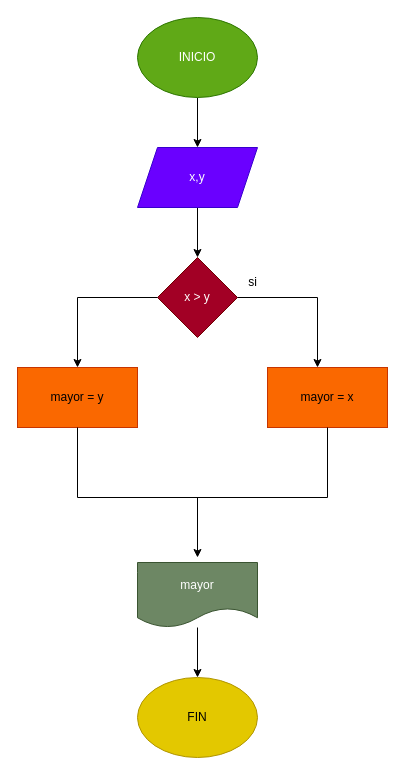
Above: diagrama.drawio in germanaugusto2/mayor_2enteros (draw.io), before the change. Source tidied: cells renumbered, new cells numbered last; positions are measured from the earlier drawing's top-left corner, leaving out a move shared by most shapes. Both pictures are drawn from the tidied source at 100%, with x=0, y=0 at pixel (17, 17).
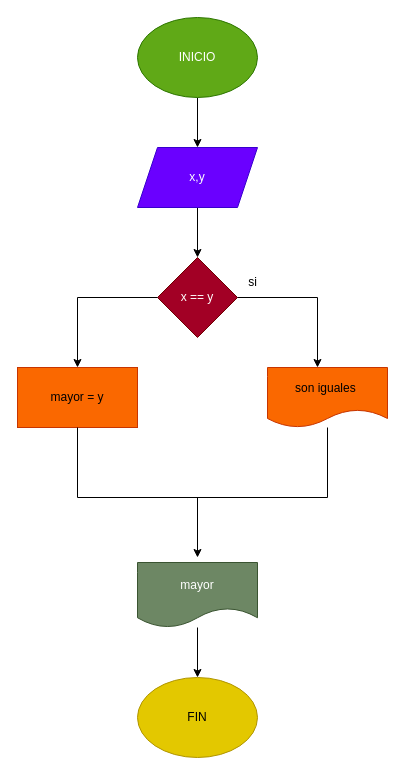
The same page after the edit.

Change to the diagram source:
```diff
@@
-    <mxCell id="6" value="x &amp;gt; y" style="rhombus;whiteSpace=wrap;html=1;fillColor=#a20025;fontColor=#ffffff;strokeColor=#6F0000;" parent="1" vertex="1">
+    <mxCell id="6" value="x == y" style="rhombus;whiteSpace=wrap;html=1;fillColor=#a20025;fontColor=#ffffff;strokeColor=#6F0000;" parent="1" vertex="1">
       <mxGeometry x="140" y="240" width="80" height="80" as="geometry" />
     </mxCell>
@@
-    <mxCell id="12" value="mayor = x" style="rounded=0;whiteSpace=wrap;html=1;fillColor=#fa6800;fontColor=#000000;strokeColor=#C73500;" parent="1" vertex="1">
-      <mxGeometry x="250" y="350" width="120" height="60" as="geometry" />
-    </mxCell>
@@
-    <mxCell id="14" style="endArrow=none;html=1;entryX=0.5;entryY=1;entryDx=0;entryDy=0;" parent="1" edge="1" target="12">
+    <mxCell id="14" style="endArrow=none;html=1;entryX=0.5;entryY=1;entryDx=0;entryDy=0;" parent="1" edge="1">
       <mxGeometry relative="1" as="geometry">
         <mxPoint x="310" y="480" as="sourcePoint" />
+        <mxPoint x="310" y="410" as="targetPoint" />
       </mxGeometry>
     </mxCell>
@@
+    <mxCell id="21" value="son iguales&amp;nbsp;" style="shape=document;whiteSpace=wrap;html=1;boundedLbl=1;fillColor=#fa6800;fontColor=#000000;strokeColor=#C73500;" parent="1" vertex="1">
+      <mxGeometry x="250" y="350" width="120" height="60" as="geometry" />
+    </mxCell>
```
